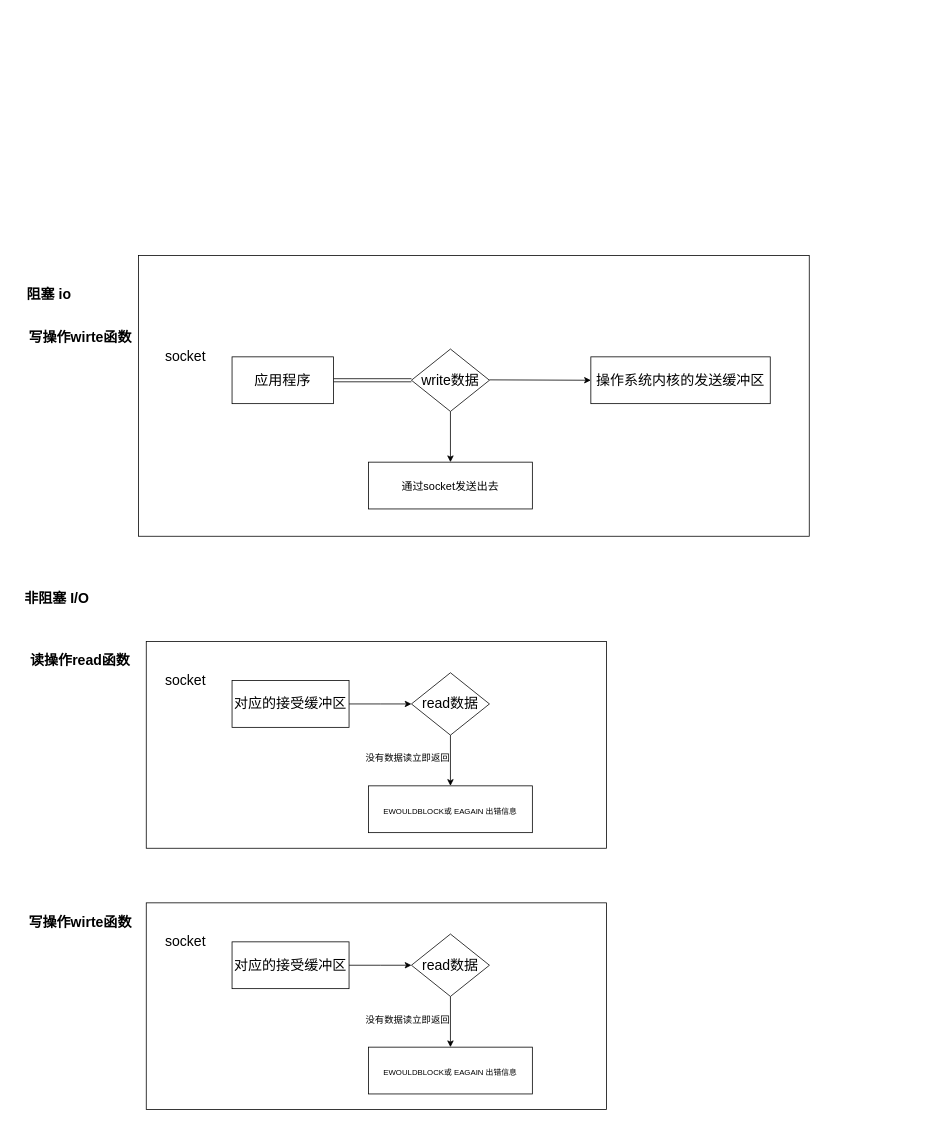
Before: drawio/network/阻塞io和非阻塞io.drawio in guitarock/my-pics, a draw.io diagram. Source tidied: cells renumbered, new cells numbered last; positions are measured from the earlier drawing's top-left corner, leaving out a move shared by most shapes. Both pictures are drawn from the tidied source at 78%, with x=0, y=0 at pixel (13, 255).
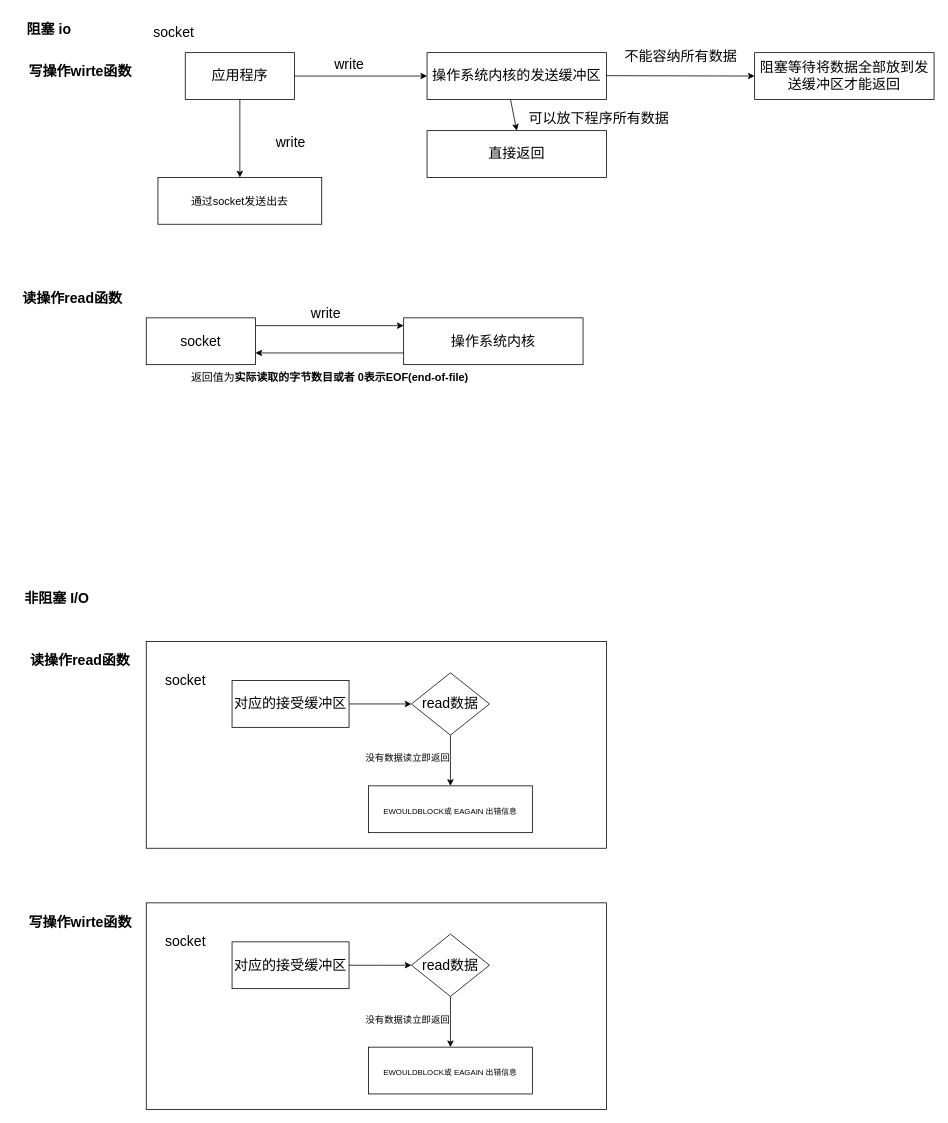
Above is the later version.

Commit message (it also covers changes not shown here):
更新阻塞io和非阻塞io.drawio

What changed in the source:
```diff
@@
     <mxCell id="3" value="&lt;font style=&quot;font-size: 18px;&quot;&gt;&lt;b&gt;阻塞 io&lt;/b&gt;&lt;/font&gt;" style="text;html=1;align=center;verticalAlign=middle;fillColor=none;strokeColor=none;rounded=0;" parent="1" vertex="1">
-      <mxGeometry x="5" y="30" width="80" height="40" as="geometry" />
+      <mxGeometry x="5" y="-310" width="80" height="40" as="geometry" />
     </mxCell>
@@
-    <mxCell id="22" style="rounded=0;whiteSpace=wrap;html=1;" parent="1" vertex="1">
-      <mxGeometry x="160" width="860" height="360" as="geometry" />
-    </mxCell>
     <mxCell id="23" value="&lt;article data-content=&quot;[{&amp;quot;type&amp;quot;:&amp;quot;block&amp;quot;,&amp;quot;id&amp;quot;:&amp;quot;ECZx-1654239543630&amp;quot;,&amp;quot;name&amp;quot;:&amp;quot;paragraph&amp;quot;,&amp;quot;data&amp;quot;:{},&amp;quot;nodes&amp;quot;:[{&amp;quot;type&amp;quot;:&amp;quot;text&amp;quot;,&amp;quot;id&amp;quot;:&amp;quot;fXnB-1654239543628&amp;quot;,&amp;quot;leaves&amp;quot;:[{&amp;quot;text&amp;quot;:&amp;quot;读操作&amp;quot;,&amp;quot;marks&amp;quot;:[{&amp;quot;type&amp;quot;:&amp;quot;fontSize&amp;quot;,&amp;quot;value&amp;quot;:18},{&amp;quot;type&amp;quot;:&amp;quot;bold&amp;quot;}]}]}],&amp;quot;state&amp;quot;:{}}]&quot;&gt;&lt;div style=&quot;line-height: 1.75; font-size: 14px; text-align: left;&quot;&gt;&lt;span style=&quot;font-size: 18px;font-weight: bold;&quot;&gt;写操作wirte函数&lt;/span&gt;&lt;/div&gt;&lt;/article&gt;" style="text;html=1;align=center;verticalAlign=middle;fillColor=none;strokeColor=none;rounded=0;fontSize=18;" parent="1" vertex="1">
-      <mxGeometry x="5" y="80" width="160" height="50" as="geometry" />
+      <mxGeometry x="5" y="-260" width="160" height="50" as="geometry" />
     </mxCell>
     <mxCell id="24" value="&lt;article data-content=&quot;[{&amp;quot;type&amp;quot;:&amp;quot;block&amp;quot;,&amp;quot;id&amp;quot;:&amp;quot;ECZx-1654239543630&amp;quot;,&amp;quot;name&amp;quot;:&amp;quot;paragraph&amp;quot;,&amp;quot;data&amp;quot;:{},&amp;quot;nodes&amp;quot;:[{&amp;quot;type&amp;quot;:&amp;quot;text&amp;quot;,&amp;quot;id&amp;quot;:&amp;quot;fXnB-1654239543628&amp;quot;,&amp;quot;leaves&amp;quot;:[{&amp;quot;text&amp;quot;:&amp;quot;读操作&amp;quot;,&amp;quot;marks&amp;quot;:[{&amp;quot;type&amp;quot;:&amp;quot;fontSize&amp;quot;,&amp;quot;value&amp;quot;:18},{&amp;quot;type&amp;quot;:&amp;quot;bold&amp;quot;}]}]}],&amp;quot;state&amp;quot;:{}}]&quot;&gt;&lt;div style=&quot;line-height: 1.75; font-size: 14px; text-align: left;&quot;&gt;&lt;span style=&quot;font-size: 18px;&quot;&gt;socket&lt;/span&gt;&lt;/div&gt;&lt;/article&gt;" style="text;html=1;align=center;verticalAlign=middle;fillColor=none;strokeColor=none;rounded=0;fontSize=18;" parent="1" vertex="1">
-      <mxGeometry x="180" y="105" width="80" height="50" as="geometry" />
+      <mxGeometry x="165" y="-310" width="80" height="50" as="geometry" />
     </mxCell>
     <mxCell id="25" value="操作系统内核的发送缓冲区" style="rounded=0;whiteSpace=wrap;html=1;fontSize=18;" parent="1" vertex="1">
-      <mxGeometry x="740" y="130" width="230" height="60" as="geometry" />
+      <mxGeometry x="530" y="-260" width="230" height="60" as="geometry" />
     </mxCell>
-    <mxCell id="26" style="edgeStyle=orthogonalEdgeStyle;rounded=0;jettySize=auto;html=1;fontSize=18;" parent="1" edge="1" source="28" target="29">
-      <mxGeometry relative="1" as="geometry" />
-    </mxCell>
-    <mxCell id="27" style="rounded=0;jettySize=auto;html=1;exitX=0;exitY=0.5;exitDx=0;exitDy=0;entryX=1;entryY=0.5;entryDx=0;entryDy=0;fontSize=14;shape=link;" parent="1" edge="1" source="28" target="30">
-      <mxGeometry relative="1" as="geometry" />
-    </mxCell>
-    <mxCell id="28" value="&lt;div style=&quot;text-align: left;&quot;&gt;&lt;span style=&quot;background-color: initial;&quot;&gt;write数据&lt;/span&gt;&lt;/div&gt;" style="rhombus;whiteSpace=wrap;html=1;fontSize=18;" parent="1" vertex="1">
-      <mxGeometry x="510" y="120" width="100" height="80" as="geometry" />
-    </mxCell>
     <mxCell id="29" value="&lt;article data-content=&quot;[{&amp;quot;type&amp;quot;:&amp;quot;block&amp;quot;,&amp;quot;id&amp;quot;:&amp;quot;qyoK-1654239552444&amp;quot;,&amp;quot;name&amp;quot;:&amp;quot;paragraph&amp;quot;,&amp;quot;data&amp;quot;:{},&amp;quot;nodes&amp;quot;:[{&amp;quot;type&amp;quot;:&amp;quot;text&amp;quot;,&amp;quot;id&amp;quot;:&amp;quot;dOnc-1654239552442&amp;quot;,&amp;quot;leaves&amp;quot;:[{&amp;quot;text&amp;quot;:&amp;quot;EWOULDBLOCK&amp;quot;,&amp;quot;marks&amp;quot;:[{&amp;quot;type&amp;quot;:&amp;quot;fontSize&amp;quot;,&amp;quot;value&amp;quot;:18}]}]}],&amp;quot;state&amp;quot;:{}}]&quot;&gt;&lt;div style=&quot;line-height: 1.75; text-align: left;&quot;&gt;&lt;span style=&quot;font-size: 14px;&quot;&gt;通过socket发送出去&lt;/span&gt;&lt;/div&gt;&lt;/article&gt;" style="whiteSpace=wrap;html=1;fontSize=18;" parent="1" vertex="1">
-      <mxGeometry x="455" y="265" width="210" height="60" as="geometry" />
+      <mxGeometry x="185" y="-100" width="210" height="60" as="geometry" />
     </mxCell>
     <mxCell id="30" value="应用程序" style="rounded=0;whiteSpace=wrap;html=1;fontSize=18;" parent="1" vertex="1">
-      <mxGeometry x="280" y="130" width="130" height="60" as="geometry" />
+      <mxGeometry x="220" y="-260" width="140" height="60" as="geometry" />
     </mxCell>
-    <mxCell id="31" style="jettySize=auto;html=1;rounded=0;fontSize=14;entryX=0;entryY=0.5;entryDx=0;entryDy=0;" parent="1" edge="1" target="25">
-      <mxGeometry relative="1" as="geometry">
-        <mxPoint x="610" y="159.5" as="sourcePoint" />
-      </mxGeometry>
-    </mxCell>
+    <mxCell id="32" style="edgeStyle=none;jettySize=auto;html=1;rounded=0;fontSize=14;exitX=0.5;exitY=1;exitDx=0;exitDy=0;entryX=0.5;entryY=0;entryDx=0;entryDy=0;" parent="1" edge="1" source="30" target="29">
+      <mxGeometry relative="1" as="geometry" />
+    </mxCell>
+    <mxCell id="33" style="edgeStyle=none;jettySize=auto;html=1;rounded=0;fontSize=14;exitX=1;exitY=0.5;exitDx=0;exitDy=0;entryX=0;entryY=0.5;entryDx=0;entryDy=0;" parent="1" edge="1" source="30" target="25">
+      <mxGeometry relative="1" as="geometry" />
+    </mxCell>
+    <mxCell id="34" value="&lt;article data-content=&quot;[{&amp;quot;type&amp;quot;:&amp;quot;block&amp;quot;,&amp;quot;id&amp;quot;:&amp;quot;ECZx-1654239543630&amp;quot;,&amp;quot;name&amp;quot;:&amp;quot;paragraph&amp;quot;,&amp;quot;data&amp;quot;:{},&amp;quot;nodes&amp;quot;:[{&amp;quot;type&amp;quot;:&amp;quot;text&amp;quot;,&amp;quot;id&amp;quot;:&amp;quot;fXnB-1654239543628&amp;quot;,&amp;quot;leaves&amp;quot;:[{&amp;quot;text&amp;quot;:&amp;quot;读操作&amp;quot;,&amp;quot;marks&amp;quot;:[{&amp;quot;type&amp;quot;:&amp;quot;fontSize&amp;quot;,&amp;quot;value&amp;quot;:18},{&amp;quot;type&amp;quot;:&amp;quot;bold&amp;quot;}]}]}],&amp;quot;state&amp;quot;:{}}]&quot;&gt;&lt;div style=&quot;line-height: 1.75; font-size: 14px; text-align: left;&quot;&gt;&lt;span style=&quot;font-size: 18px;&quot;&gt;write&lt;/span&gt;&lt;br&gt;&lt;/div&gt;&lt;/article&gt;" style="text;html=1;align=center;verticalAlign=middle;fillColor=none;strokeColor=none;rounded=0;fontSize=18;" parent="1" vertex="1">
+      <mxGeometry x="400" y="-270" width="60" height="50" as="geometry" />
+    </mxCell>
+    <mxCell id="35" value="&lt;article data-content=&quot;[{&amp;quot;type&amp;quot;:&amp;quot;block&amp;quot;,&amp;quot;id&amp;quot;:&amp;quot;ECZx-1654239543630&amp;quot;,&amp;quot;name&amp;quot;:&amp;quot;paragraph&amp;quot;,&amp;quot;data&amp;quot;:{},&amp;quot;nodes&amp;quot;:[{&amp;quot;type&amp;quot;:&amp;quot;text&amp;quot;,&amp;quot;id&amp;quot;:&amp;quot;fXnB-1654239543628&amp;quot;,&amp;quot;leaves&amp;quot;:[{&amp;quot;text&amp;quot;:&amp;quot;读操作&amp;quot;,&amp;quot;marks&amp;quot;:[{&amp;quot;type&amp;quot;:&amp;quot;fontSize&amp;quot;,&amp;quot;value&amp;quot;:18},{&amp;quot;type&amp;quot;:&amp;quot;bold&amp;quot;}]}]}],&amp;quot;state&amp;quot;:{}}]&quot;&gt;&lt;div style=&quot;line-height: 1.75; font-size: 14px; text-align: left;&quot;&gt;&lt;span style=&quot;font-size: 18px;&quot;&gt;write&lt;/span&gt;&lt;br&gt;&lt;/div&gt;&lt;/article&gt;" style="text;html=1;align=center;verticalAlign=middle;fillColor=none;strokeColor=none;rounded=0;fontSize=18;" parent="1" vertex="1">
+      <mxGeometry x="325" y="-170" width="60" height="50" as="geometry" />
+    </mxCell>
+    <mxCell id="36" value="&lt;span style=&quot;text-align: left;&quot;&gt;直接返回&lt;/span&gt;" style="rounded=0;whiteSpace=wrap;html=1;fontSize=18;" parent="1" vertex="1">
+      <mxGeometry x="530" y="-160" width="230" height="60" as="geometry" />
+    </mxCell>
+    <mxCell id="37" value="阻塞等待将数据全部放到发送缓冲区才能返回" style="rounded=0;whiteSpace=wrap;html=1;fontSize=18;" parent="1" vertex="1">
+      <mxGeometry x="950" y="-260" width="230" height="60" as="geometry" />
+    </mxCell>
+    <mxCell id="38" style="edgeStyle=none;jettySize=auto;html=1;rounded=0;fontSize=14;exitX=1;exitY=0.5;exitDx=0;exitDy=0;entryX=0;entryY=0.5;entryDx=0;entryDy=0;" parent="1" edge="1" target="37">
+      <mxGeometry relative="1" as="geometry">
+        <mxPoint x="760" y="-230.5" as="sourcePoint" />
+      </mxGeometry>
+    </mxCell>
+    <mxCell id="39" value="&lt;article data-content=&quot;[{&amp;quot;type&amp;quot;:&amp;quot;block&amp;quot;,&amp;quot;id&amp;quot;:&amp;quot;ECZx-1654239543630&amp;quot;,&amp;quot;name&amp;quot;:&amp;quot;paragraph&amp;quot;,&amp;quot;data&amp;quot;:{},&amp;quot;nodes&amp;quot;:[{&amp;quot;type&amp;quot;:&amp;quot;text&amp;quot;,&amp;quot;id&amp;quot;:&amp;quot;fXnB-1654239543628&amp;quot;,&amp;quot;leaves&amp;quot;:[{&amp;quot;text&amp;quot;:&amp;quot;读操作&amp;quot;,&amp;quot;marks&amp;quot;:[{&amp;quot;type&amp;quot;:&amp;quot;fontSize&amp;quot;,&amp;quot;value&amp;quot;:18},{&amp;quot;type&amp;quot;:&amp;quot;bold&amp;quot;}]}]}],&amp;quot;state&amp;quot;:{}}]&quot;&gt;&lt;div style=&quot;line-height: 1.75; font-size: 14px; text-align: left;&quot;&gt;&lt;span style=&quot;font-size: 18px; text-align: center;&quot;&gt;不能容纳所有数据&lt;/span&gt;&lt;br&gt;&lt;/div&gt;&lt;/article&gt;" style="text;html=1;align=center;verticalAlign=middle;fillColor=none;strokeColor=none;rounded=0;fontSize=18;" parent="1" vertex="1">
+      <mxGeometry x="770" y="-280" width="170" height="50" as="geometry" />
+    </mxCell>
+    <mxCell id="40" value="&lt;article data-content=&quot;[{&amp;quot;type&amp;quot;:&amp;quot;block&amp;quot;,&amp;quot;id&amp;quot;:&amp;quot;ECZx-1654239543630&amp;quot;,&amp;quot;name&amp;quot;:&amp;quot;paragraph&amp;quot;,&amp;quot;data&amp;quot;:{},&amp;quot;nodes&amp;quot;:[{&amp;quot;type&amp;quot;:&amp;quot;text&amp;quot;,&amp;quot;id&amp;quot;:&amp;quot;fXnB-1654239543628&amp;quot;,&amp;quot;leaves&amp;quot;:[{&amp;quot;text&amp;quot;:&amp;quot;读操作&amp;quot;,&amp;quot;marks&amp;quot;:[{&amp;quot;type&amp;quot;:&amp;quot;fontSize&amp;quot;,&amp;quot;value&amp;quot;:18},{&amp;quot;type&amp;quot;:&amp;quot;bold&amp;quot;}]}]}],&amp;quot;state&amp;quot;:{}}]&quot;&gt;&lt;div style=&quot;line-height: 1.75; font-size: 14px; text-align: left;&quot;&gt;&lt;span style=&quot;font-size: 18px; text-align: center;&quot;&gt;可以放下程序所有数据&lt;/span&gt;&lt;br&gt;&lt;/div&gt;&lt;/article&gt;" style="text;html=1;align=center;verticalAlign=middle;fillColor=none;strokeColor=none;rounded=0;fontSize=18;" parent="1" vertex="1">
+      <mxGeometry x="650" y="-200" width="200" height="50" as="geometry" />
+    </mxCell>
+    <mxCell id="41" style="edgeStyle=none;jettySize=auto;html=1;rounded=0;fontSize=14;exitX=1;exitY=0.5;exitDx=0;exitDy=0;entryX=0.5;entryY=0;entryDx=0;entryDy=0;" parent="1" edge="1" target="36">
+      <mxGeometry relative="1" as="geometry">
+        <mxPoint x="637" y="-200" as="sourcePoint" />
+      </mxGeometry>
+    </mxCell>
+    <mxCell id="42" value="&lt;article data-content=&quot;[{&amp;quot;type&amp;quot;:&amp;quot;block&amp;quot;,&amp;quot;id&amp;quot;:&amp;quot;ECZx-1654239543630&amp;quot;,&amp;quot;name&amp;quot;:&amp;quot;paragraph&amp;quot;,&amp;quot;data&amp;quot;:{},&amp;quot;nodes&amp;quot;:[{&amp;quot;type&amp;quot;:&amp;quot;text&amp;quot;,&amp;quot;id&amp;quot;:&amp;quot;fXnB-1654239543628&amp;quot;,&amp;quot;leaves&amp;quot;:[{&amp;quot;text&amp;quot;:&amp;quot;读操作&amp;quot;,&amp;quot;marks&amp;quot;:[{&amp;quot;type&amp;quot;:&amp;quot;fontSize&amp;quot;,&amp;quot;value&amp;quot;:18},{&amp;quot;type&amp;quot;:&amp;quot;bold&amp;quot;}]}]}],&amp;quot;state&amp;quot;:{}}]&quot;&gt;&lt;div style=&quot;line-height: 1.75; font-size: 14px; text-align: left;&quot;&gt;&lt;span style=&quot;font-size: 18px;font-weight: bold;&quot;&gt;读操作read函数&lt;/span&gt;&lt;/div&gt;&lt;/article&gt;" style="text;html=1;align=center;verticalAlign=middle;fillColor=none;strokeColor=none;rounded=0;fontSize=18;" parent="1" vertex="1">
+      <mxGeometry y="30" width="150" height="50" as="geometry" />
+    </mxCell>
+    <mxCell id="43" value="&lt;span style=&quot;text-align: left;&quot;&gt;socket&lt;/span&gt;" style="rounded=0;whiteSpace=wrap;html=1;fontSize=18;" parent="1" vertex="1">
+      <mxGeometry x="170" y="80" width="140" height="60" as="geometry" />
+    </mxCell>
+    <mxCell id="44" value="操作系统内核" style="rounded=0;whiteSpace=wrap;html=1;fontSize=18;" parent="1" vertex="1">
+      <mxGeometry x="500" y="80" width="230" height="60" as="geometry" />
+    </mxCell>
+    <mxCell id="45" style="edgeStyle=none;orthogonalLoop=1;jettySize=auto;html=1;rounded=0;fontSize=14;exitX=1;exitY=0.5;exitDx=0;exitDy=0;entryX=0;entryY=0.5;entryDx=0;entryDy=0;" parent="1" edge="1">
+      <mxGeometry relative="1" as="geometry">
+        <mxPoint x="310" y="90" as="sourcePoint" />
+        <mxPoint x="500" y="90" as="targetPoint" />
+      </mxGeometry>
+    </mxCell>
+    <mxCell id="46" value="&lt;article data-content=&quot;[{&amp;quot;type&amp;quot;:&amp;quot;block&amp;quot;,&amp;quot;id&amp;quot;:&amp;quot;ECZx-1654239543630&amp;quot;,&amp;quot;name&amp;quot;:&amp;quot;paragraph&amp;quot;,&amp;quot;data&amp;quot;:{},&amp;quot;nodes&amp;quot;:[{&amp;quot;type&amp;quot;:&amp;quot;text&amp;quot;,&amp;quot;id&amp;quot;:&amp;quot;fXnB-1654239543628&amp;quot;,&amp;quot;leaves&amp;quot;:[{&amp;quot;text&amp;quot;:&amp;quot;读操作&amp;quot;,&amp;quot;marks&amp;quot;:[{&amp;quot;type&amp;quot;:&amp;quot;fontSize&amp;quot;,&amp;quot;value&amp;quot;:18},{&amp;quot;type&amp;quot;:&amp;quot;bold&amp;quot;}]}]}],&amp;quot;state&amp;quot;:{}}]&quot;&gt;&lt;div style=&quot;line-height: 1.75; font-size: 14px; text-align: left;&quot;&gt;&lt;span style=&quot;font-size: 18px;&quot;&gt;write&lt;/span&gt;&lt;br&gt;&lt;/div&gt;&lt;/article&gt;" style="text;html=1;align=center;verticalAlign=middle;fillColor=none;strokeColor=none;rounded=0;fontSize=18;" parent="1" vertex="1">
+      <mxGeometry x="370" y="50" width="60" height="50" as="geometry" />
+    </mxCell>
+    <mxCell id="47" style="edgeStyle=none;jettySize=auto;html=1;rounded=0;fontSize=14;exitX=0;exitY=0.75;exitDx=0;exitDy=0;entryX=1;entryY=0.75;entryDx=0;entryDy=0;" parent="1" edge="1" source="44" target="43">
+      <mxGeometry relative="1" as="geometry" />
+    </mxCell>
+    <mxCell id="48" value="&lt;article data-content=&quot;[{&amp;quot;type&amp;quot;:&amp;quot;block&amp;quot;,&amp;quot;id&amp;quot;:&amp;quot;ECZx-1654239543630&amp;quot;,&amp;quot;name&amp;quot;:&amp;quot;paragraph&amp;quot;,&amp;quot;data&amp;quot;:{},&amp;quot;nodes&amp;quot;:[{&amp;quot;type&amp;quot;:&amp;quot;text&amp;quot;,&amp;quot;id&amp;quot;:&amp;quot;fXnB-1654239543628&amp;quot;,&amp;quot;leaves&amp;quot;:[{&amp;quot;text&amp;quot;:&amp;quot;读操作&amp;quot;,&amp;quot;marks&amp;quot;:[{&amp;quot;type&amp;quot;:&amp;quot;fontSize&amp;quot;,&amp;quot;value&amp;quot;:18},{&amp;quot;type&amp;quot;:&amp;quot;bold&amp;quot;}]}]}],&amp;quot;state&amp;quot;:{}}]&quot;&gt;&lt;div style=&quot;line-height: 1.75; text-align: left;&quot;&gt;&lt;font style=&quot;font-size: 14px;&quot;&gt;返回值为&lt;span style=&quot;font-weight: bold; background-color: initial;&quot;&gt;实际读取的字节数目或者 0表示EOF(end-of-file)&lt;/span&gt;&lt;/font&gt;&lt;/div&gt;&lt;/article&gt;" style="text;html=1;align=center;verticalAlign=middle;fillColor=none;strokeColor=none;rounded=0;fontSize=18;" parent="1" vertex="1">
+      <mxGeometry x="215" y="130" width="380" height="50" as="geometry" />
+    </mxCell>
```
